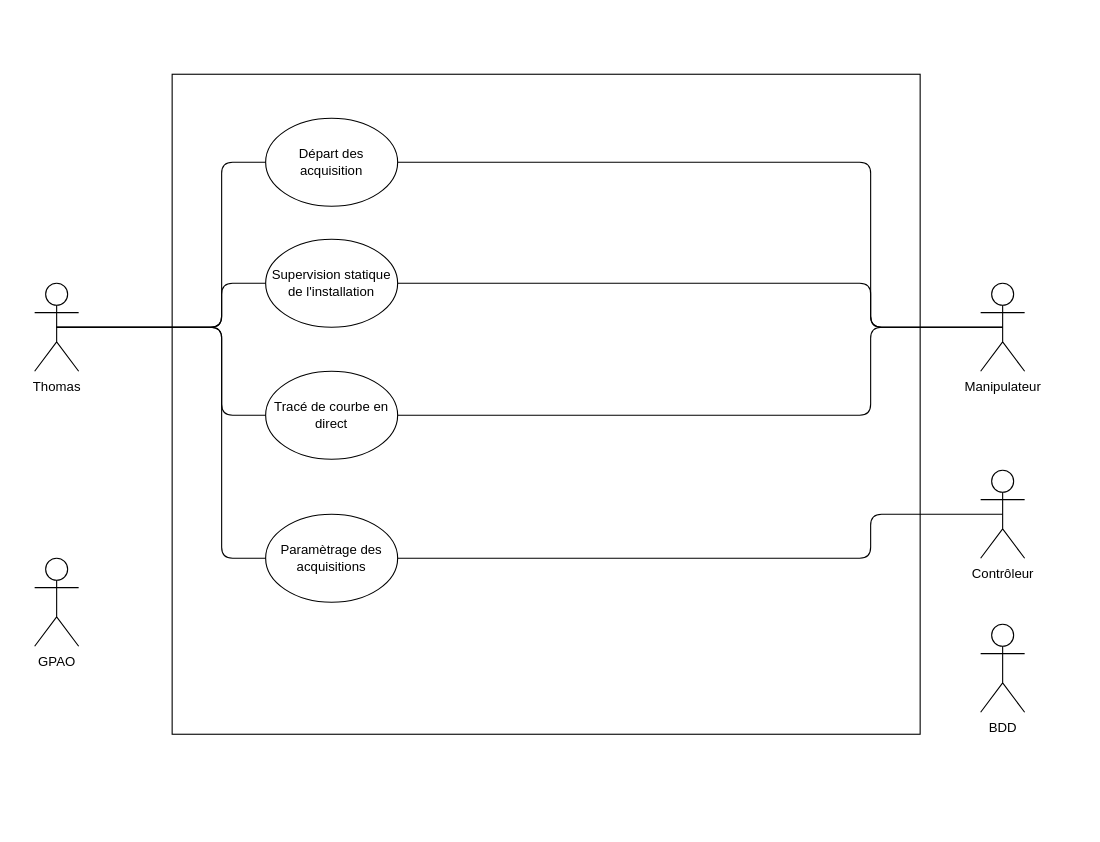
Earlier version of the draw.io diagram Analyse/Thomas/diagrammeDUtilisationThomas.drawio (MRCThomas/testDeVerinSurBancHydraulique). Source tidied: cells renumbered, new cells numbered last; positions are measured from the earlier drawing's top-left corner, leaving out a move shared by most shapes. Both pictures are drawn from the tidied source at 110%, with x=0, y=0 at pixel (34, 74).
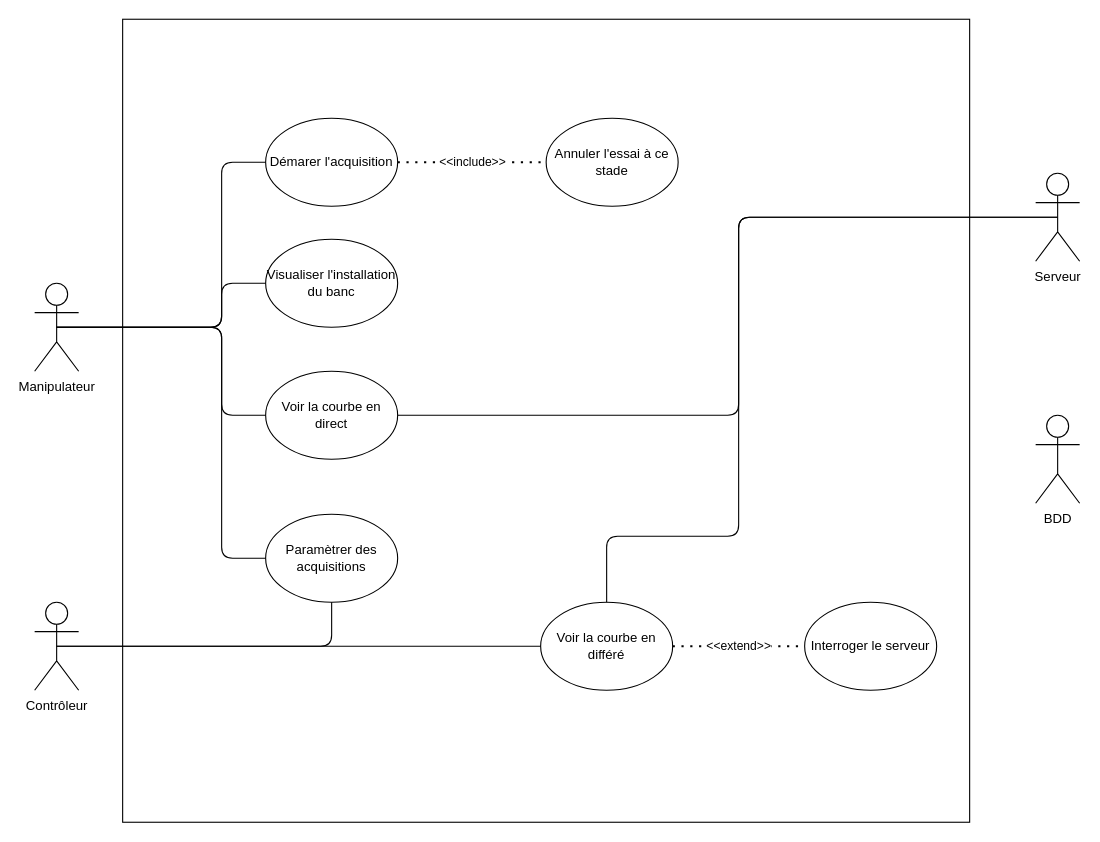
The same diagram, later.

The edit, as a diff of the source:
```diff
@@
     <mxCell id="2" style="rounded=0;whiteSpace=wrap;html=1;" parent="1" vertex="1">
-      <mxGeometry x="125" width="680" height="600" as="geometry" />
+      <mxGeometry x="80" y="-50" width="770" height="730" as="geometry" />
     </mxCell>
-    <mxCell id="3" value="Thomas" style="shape=umlActor;verticalLabelPosition=bottom;verticalAlign=top;html=1;outlineConnect=0;" parent="1" vertex="1">
+    <mxCell id="3" value="Manipulateur" style="shape=umlActor;verticalLabelPosition=bottom;verticalAlign=top;html=1;outlineConnect=0;" parent="1" vertex="1">
       <mxGeometry y="190" width="40" height="80" as="geometry" />
     </mxCell>
-    <mxCell id="4" value="Supervision statique de l'installation" style="ellipse;whiteSpace=wrap;html=1;" parent="1" vertex="1">
+    <mxCell id="4" value="Visualiser l'installation du banc" style="ellipse;whiteSpace=wrap;html=1;" parent="1" vertex="1">
       <mxGeometry x="210" y="150" width="120" height="80" as="geometry" />
     </mxCell>
-    <mxCell id="5" value="Tracé de courbe en direct" style="ellipse;whiteSpace=wrap;html=1;" parent="1" vertex="1">
+    <mxCell id="5" value="Voir la courbe en direct" style="ellipse;whiteSpace=wrap;html=1;" parent="1" vertex="1">
       <mxGeometry x="210" y="270" width="120" height="80" as="geometry" />
     </mxCell>
-    <mxCell id="6" value="Paramètrage des acquisitions" style="ellipse;whiteSpace=wrap;html=1;" parent="1" vertex="1">
+    <mxCell id="6" value="Paramètrer des acquisitions" style="ellipse;whiteSpace=wrap;html=1;" parent="1" vertex="1">
       <mxGeometry x="210" y="400" width="120" height="80" as="geometry" />
     </mxCell>
-    <mxCell id="7" value="Départ des acquisition" style="ellipse;whiteSpace=wrap;html=1;" parent="1" vertex="1">
+    <mxCell id="7" value="Démarer l'acquisition" style="ellipse;whiteSpace=wrap;html=1;" parent="1" vertex="1">
       <mxGeometry x="210" y="40" width="120" height="80" as="geometry" />
     </mxCell>
@@
-    <mxCell id="12" value="GPAO" style="shape=umlActor;verticalLabelPosition=bottom;verticalAlign=top;html=1;outlineConnect=0;" parent="1" vertex="1">
-      <mxGeometry y="440" width="40" height="80" as="geometry" />
+    <mxCell id="12" value="Serveur" style="shape=umlActor;verticalLabelPosition=bottom;verticalAlign=top;html=1;outlineConnect=0;" parent="1" vertex="1">
+      <mxGeometry x="910" y="90" width="40" height="80" as="geometry" />
     </mxCell>
-    <mxCell id="13" value="Manipulateur" style="shape=umlActor;verticalLabelPosition=bottom;verticalAlign=top;html=1;outlineConnect=0;" parent="1" vertex="1">
-      <mxGeometry x="860" y="190" width="40" height="80" as="geometry" />
-    </mxCell>
     <mxCell id="14" value="BDD" style="shape=umlActor;verticalLabelPosition=bottom;verticalAlign=top;html=1;" parent="1" vertex="1">
-      <mxGeometry x="860" y="500" width="40" height="80" as="geometry" />
+      <mxGeometry x="910" y="310" width="40" height="80" as="geometry" />
     </mxCell>
-    <mxCell id="15" style="endArrow=none;html=1;exitX=1;exitY=0.5;exitDx=0;exitDy=0;entryX=0.5;entryY=0.5;entryDx=0;entryDy=0;entryPerimeter=0;" parent="1" edge="1" source="4" target="13">
-      <mxGeometry relative="1" as="geometry">
-        <Array as="points">
-          <mxPoint x="760" y="190" />
-          <mxPoint x="760" y="230" />
-        </Array>
-      </mxGeometry>
-    </mxCell>
     <mxCell id="16" value="Contrôleur" style="shape=umlActor;verticalLabelPosition=bottom;verticalAlign=top;html=1;outlineConnect=0;" parent="1" vertex="1">
-      <mxGeometry x="860" y="360" width="40" height="80" as="geometry" />
+      <mxGeometry y="480" width="40" height="80" as="geometry" />
     </mxCell>
-    <mxCell id="17" style="endArrow=none;html=1;exitX=1;exitY=0.5;exitDx=0;exitDy=0;entryX=0.5;entryY=0.5;entryDx=0;entryDy=0;entryPerimeter=0;" parent="1" edge="1" source="6" target="16">
+    <mxCell id="17" style="endArrow=none;html=1;exitX=0.5;exitY=1;exitDx=0;exitDy=0;entryX=0.5;entryY=0.5;entryDx=0;entryDy=0;entryPerimeter=0;" parent="1" edge="1" source="6" target="16">
       <mxGeometry relative="1" as="geometry">
         <Array as="points">
-          <mxPoint x="760" y="440" />
-          <mxPoint x="760" y="400" />
+          <mxPoint x="270" y="520" />
         </Array>
       </mxGeometry>
     </mxCell>
-    <mxCell id="18" style="endArrow=none;html=1;exitX=1;exitY=0.5;exitDx=0;exitDy=0;entryX=0.5;entryY=0.5;entryDx=0;entryDy=0;entryPerimeter=0;" parent="1" edge="1" source="7" target="13">
-      <mxGeometry relative="1" as="geometry">
-        <Array as="points">
-          <mxPoint x="760" y="80" />
-          <mxPoint x="760" y="230" />
-        </Array>
-      </mxGeometry>
-    </mxCell>
-    <mxCell id="19" style="endArrow=none;html=1;exitX=1;exitY=0.5;exitDx=0;exitDy=0;entryX=0.5;entryY=0.5;entryDx=0;entryDy=0;entryPerimeter=0;" parent="1" edge="1" source="5" target="13">
-      <mxGeometry relative="1" as="geometry">
-        <Array as="points">
-          <mxPoint x="760" y="310" />
-          <mxPoint x="760" y="230" />
-        </Array>
-      </mxGeometry>
-    </mxCell>
+    <mxCell id="20" style="endArrow=none;html=1;entryX=0.5;entryY=0.5;entryDx=0;entryDy=0;entryPerimeter=0;exitX=1;exitY=0.5;exitDx=0;exitDy=0;" parent="1" edge="1" source="5" target="12">
+      <mxGeometry relative="1" as="geometry">
+        <Array as="points">
+          <mxPoint x="640" y="310" />
+          <mxPoint x="640" y="130" />
+        </Array>
+      </mxGeometry>
+    </mxCell>
+    <mxCell id="21" value="Voir la courbe en différé" style="ellipse;whiteSpace=wrap;html=1;" parent="1" vertex="1">
+      <mxGeometry x="460" y="480" width="120" height="80" as="geometry" />
+    </mxCell>
+    <mxCell id="22" style="endArrow=none;html=1;exitX=0.5;exitY=0.5;exitDx=0;exitDy=0;exitPerimeter=0;entryX=0;entryY=0.5;entryDx=0;entryDy=0;" parent="1" edge="1" source="16" target="21">
+      <mxGeometry relative="1" as="geometry" />
+    </mxCell>
+    <mxCell id="23" style="endArrow=none;html=1;entryX=0.5;entryY=0.5;entryDx=0;entryDy=0;entryPerimeter=0;exitX=0.5;exitY=0;exitDx=0;exitDy=0;" parent="1" edge="1" source="21" target="12">
+      <mxGeometry relative="1" as="geometry">
+        <Array as="points">
+          <mxPoint x="520" y="420" />
+          <mxPoint x="640" y="420" />
+          <mxPoint x="640" y="310" />
+          <mxPoint x="640" y="130" />
+        </Array>
+      </mxGeometry>
+    </mxCell>
+    <mxCell id="24" value="Interroger le serveur" style="ellipse;whiteSpace=wrap;html=1;" parent="1" vertex="1">
+      <mxGeometry x="700" y="480" width="120" height="80" as="geometry" />
+    </mxCell>
+    <mxCell id="25" value="&amp;lt;&amp;lt;extend&amp;gt;&amp;gt;" style="endArrow=none;dashed=1;html=1;dashPattern=1 3;strokeWidth=2;exitX=1;exitY=0.5;exitDx=0;exitDy=0;entryX=0;entryY=0.5;entryDx=0;entryDy=0;" parent="1" edge="1" source="21" target="24">
+      <mxGeometry relative="1" as="geometry" />
+    </mxCell>
+    <mxCell id="26" value="Annuler l'essai à ce stade" style="ellipse;whiteSpace=wrap;html=1;" parent="1" vertex="1">
+      <mxGeometry x="465" y="40" width="120" height="80" as="geometry" />
+    </mxCell>
+    <mxCell id="27" value="&amp;lt;&amp;lt;include&amp;gt;&amp;gt;" style="endArrow=none;dashed=1;html=1;dashPattern=1 3;strokeWidth=2;exitX=1;exitY=0.5;exitDx=0;exitDy=0;entryX=0;entryY=0.5;entryDx=0;entryDy=0;" parent="1" edge="1" source="7" target="26">
+      <mxGeometry relative="1" as="geometry" />
+    </mxCell>
```
